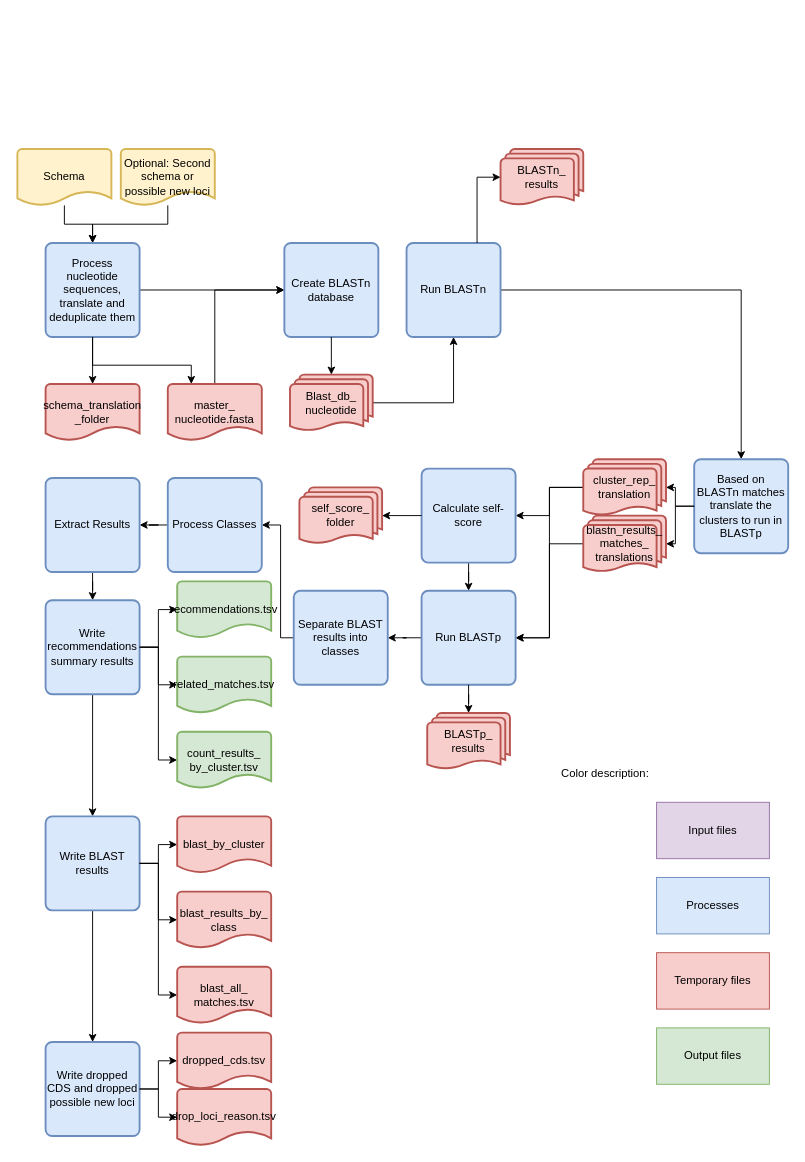
B-UMMI/Schema_Refinery keeps this draw.io diagram as SchemaRefinery/docs/SchemaRefinery/Modules/source/IdentifySpuriousGenes_schema.drawio. Above is the earlier version. Source tidied: cells renumbered, new cells numbered last; positions are measured from the earlier drawing's top-left corner, leaving out a move shared by most shapes. Both pictures are drawn from the tidied source at 94%, with x=0, y=0 at pixel (17, 149).
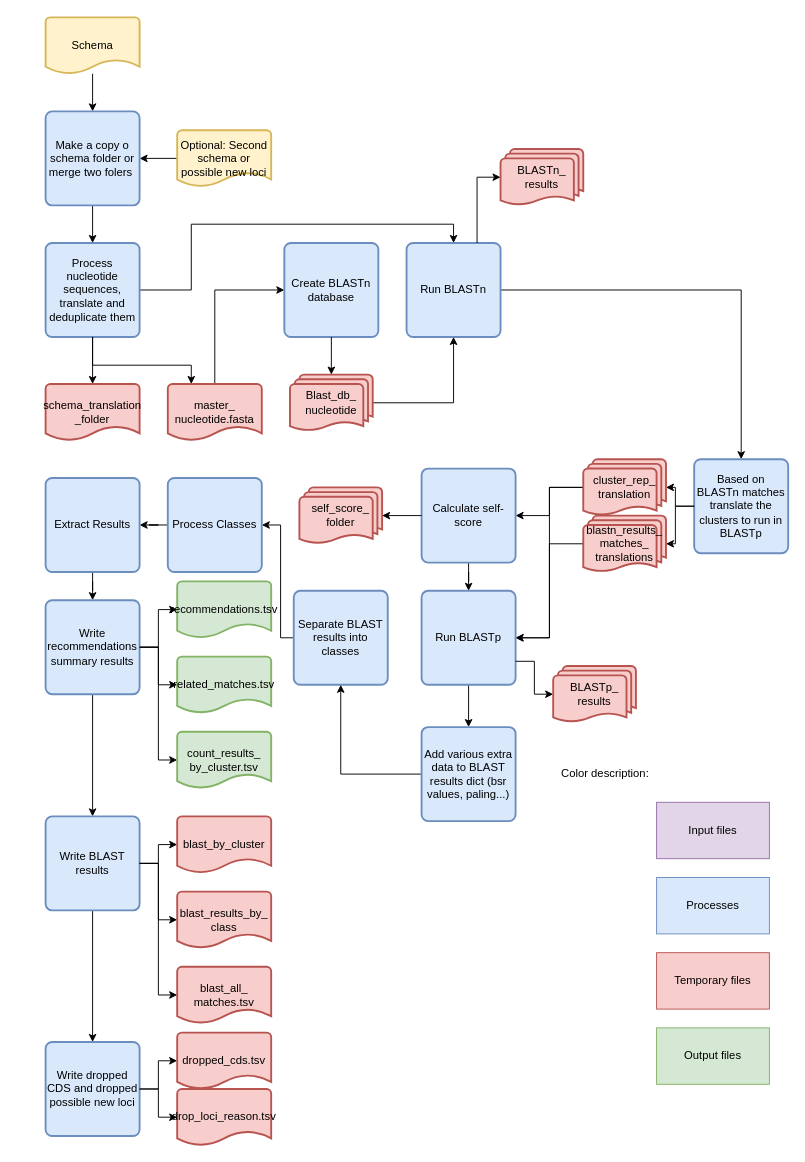
Above is the later version.

Unchanged cells that the change refers to:
```xml
<mxCell id="3" value="Process nucleotide sequences, translate and deduplicate them" style="rounded=1;whiteSpace=wrap;html=1;absoluteArcSize=1;arcSize=14;strokeWidth=2;fillColor=#dae8fc;strokeColor=#6c8ebf;" parent="1" vertex="1">
  <mxGeometry x="30" y="100" width="100" height="100" as="geometry" />
</mxCell>
<mxCell id="11" value="Create BLASTn database" style="rounded=1;whiteSpace=wrap;html=1;absoluteArcSize=1;arcSize=14;strokeWidth=2;fillColor=#dae8fc;strokeColor=#6c8ebf;" parent="1" vertex="1">
  <mxGeometry x="284" y="100" width="100" height="100" as="geometry" />
</mxCell>
<mxCell id="13" value="Run BLASTn" style="rounded=1;whiteSpace=wrap;html=1;absoluteArcSize=1;arcSize=14;strokeWidth=2;fillColor=#dae8fc;strokeColor=#6c8ebf;" parent="1" vertex="1">
  <mxGeometry x="414" y="100" width="100" height="100" as="geometry" />
</mxCell>
<mxCell id="30" value="Run BLASTp" style="rounded=1;whiteSpace=wrap;html=1;absoluteArcSize=1;arcSize=14;strokeWidth=2;fillColor=#dae8fc;strokeColor=#6c8ebf;" parent="1" vertex="1">
  <mxGeometry x="430" y="470" width="100" height="100" as="geometry" />
</mxCell>
<mxCell id="35" value="Separate BLAST results into classes" style="rounded=1;whiteSpace=wrap;html=1;absoluteArcSize=1;arcSize=14;strokeWidth=2;fillColor=#dae8fc;strokeColor=#6c8ebf;" parent="1" vertex="1">
  <mxGeometry x="294" y="470" width="100" height="100" as="geometry" />
</mxCell>
```

Change to the diagram source:
```diff
@@
-    <mxCell id="2" style="edgeStyle=orthogonalEdgeStyle;rounded=0;jettySize=auto;html=1;" parent="1" edge="1" source="3" target="11">
-      <mxGeometry relative="1" as="geometry" />
-    </mxCell>
+    <mxCell id="69" style="edgeStyle=orthogonalEdgeStyle;rounded=0;jettySize=auto;html=1;entryX=0.5;entryY=0;entryDx=0;entryDy=0;" parent="1" edge="1" source="3" target="13">
+      <mxGeometry relative="1" as="geometry">
+        <Array as="points">
+          <mxPoint x="185" y="150" />
+          <mxPoint x="185" y="80" />
+          <mxPoint x="464" y="80" />
+        </Array>
+      </mxGeometry>
+    </mxCell>
@@
-    <mxCell id="4" style="edgeStyle=orthogonalEdgeStyle;rounded=0;jettySize=auto;html=1;entryX=0.5;entryY=0;entryDx=0;entryDy=0;" parent="1" edge="1" source="5" target="3">
-      <mxGeometry relative="1" as="geometry" />
-    </mxCell>
+    <mxCell id="70" style="edgeStyle=orthogonalEdgeStyle;rounded=0;jettySize=auto;html=1;" parent="1" edge="1" source="5" target="74">
+      <mxGeometry relative="1" as="geometry" />
+    </mxCell>
     <mxCell id="5" value="Schema" style="strokeWidth=2;html=1;shape=mxgraph.flowchart.document2;whiteSpace=wrap;size=0.25;fillColor=#fff2cc;strokeColor=#d6b656;" parent="1" vertex="1">
-      <mxGeometry width="100" height="60" as="geometry" />
+      <mxGeometry x="30" y="-140" width="100" height="60" as="geometry" />
     </mxCell>
@@
-    <mxCell id="29" style="edgeStyle=orthogonalEdgeStyle;rounded=0;jettySize=auto;html=1;entryX=1;entryY=0.5;entryDx=0;entryDy=0;" parent="1" edge="1" source="30" target="35">
-      <mxGeometry relative="1" as="geometry" />
-    </mxCell>
+    <mxCell id="71" style="edgeStyle=orthogonalEdgeStyle;rounded=0;jettySize=auto;html=1;entryX=0.5;entryY=0;entryDx=0;entryDy=0;" parent="1" edge="1" source="30" target="76">
+      <mxGeometry relative="1" as="geometry" />
+    </mxCell>
@@
     <mxCell id="33" value="BLASTp_&lt;div&gt;results&lt;/div&gt;" style="strokeWidth=2;html=1;shape=mxgraph.flowchart.multi-document;whiteSpace=wrap;fillColor=#f8cecc;strokeColor=#b85450;" parent="1" vertex="1">
-      <mxGeometry x="436" y="600" width="88" height="60" as="geometry" />
+      <mxGeometry x="570" y="550" width="88" height="60" as="geometry" />
     </mxCell>
@@
-    <mxCell id="36" style="edgeStyle=orthogonalEdgeStyle;rounded=0;jettySize=auto;html=1;entryX=0.5;entryY=0;entryDx=0;entryDy=0;entryPerimeter=0;" parent="1" edge="1" source="30" target="33">
-      <mxGeometry relative="1" as="geometry" />
-    </mxCell>
@@
-    <mxCell id="67" style="edgeStyle=orthogonalEdgeStyle;rounded=0;jettySize=auto;html=1;entryX=0.5;entryY=0;entryDx=0;entryDy=0;" parent="1" edge="1" source="68" target="3">
-      <mxGeometry relative="1" as="geometry" />
-    </mxCell>
+    <mxCell id="72" style="edgeStyle=orthogonalEdgeStyle;rounded=0;jettySize=auto;html=1;" parent="1" edge="1" source="68" target="74">
+      <mxGeometry relative="1" as="geometry" />
+    </mxCell>
     <mxCell id="68" value="Optional: Second schema or possible new loci" style="strokeWidth=2;html=1;shape=mxgraph.flowchart.document2;whiteSpace=wrap;size=0.25;fillColor=#fff2cc;strokeColor=#d6b656;" parent="1" vertex="1">
-      <mxGeometry x="110" width="100" height="60" as="geometry" />
+      <mxGeometry x="170" y="-20" width="100" height="60" as="geometry" />
     </mxCell>
+    <mxCell id="73" style="edgeStyle=orthogonalEdgeStyle;rounded=0;jettySize=auto;html=1;entryX=0.5;entryY=0;entryDx=0;entryDy=0;" parent="1" edge="1" source="74" target="3">
+      <mxGeometry relative="1" as="geometry" />
+    </mxCell>
+    <mxCell id="74" value="Make a copy o schema folder or merge two folers&amp;nbsp;" style="rounded=1;whiteSpace=wrap;html=1;absoluteArcSize=1;arcSize=14;strokeWidth=2;fillColor=#dae8fc;strokeColor=#6c8ebf;" parent="1" vertex="1">
+      <mxGeometry x="30" y="-40" width="100" height="100" as="geometry" />
+    </mxCell>
+    <mxCell id="36" style="edgeStyle=orthogonalEdgeStyle;rounded=0;jettySize=auto;html=1;exitX=1;exitY=0.75;exitDx=0;exitDy=0;entryX=0;entryY=0.5;entryDx=0;entryDy=0;entryPerimeter=0;" parent="1" edge="1" source="30" target="33">
+      <mxGeometry relative="1" as="geometry" />
+    </mxCell>
+    <mxCell id="75" style="edgeStyle=orthogonalEdgeStyle;rounded=0;jettySize=auto;html=1;entryX=0.5;entryY=1;entryDx=0;entryDy=0;" parent="1" edge="1" source="76" target="35">
+      <mxGeometry relative="1" as="geometry" />
+    </mxCell>
+    <mxCell id="76" value="Add various extra data to BLAST results dict (bsr values, paling...)" style="rounded=1;whiteSpace=wrap;html=1;absoluteArcSize=1;arcSize=14;strokeWidth=2;fillColor=#dae8fc;strokeColor=#6c8ebf;" parent="1" vertex="1">
+      <mxGeometry x="430" y="615" width="100" height="100" as="geometry" />
+    </mxCell>
```
